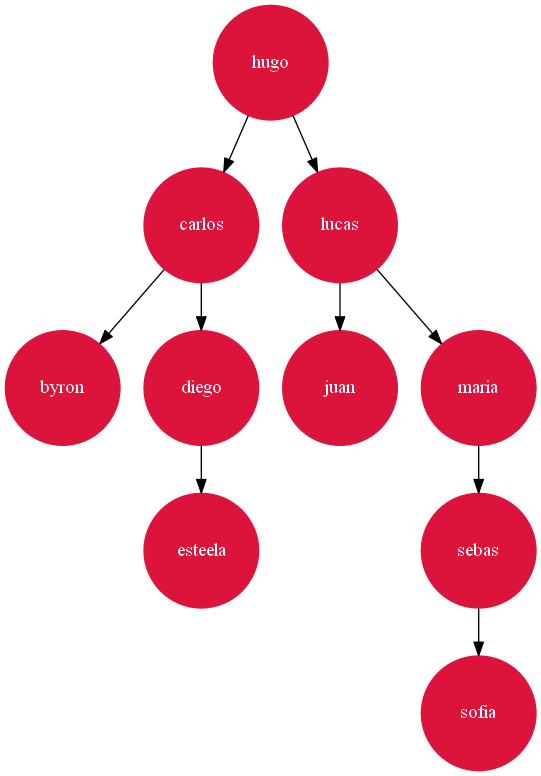
The Graphviz diagram AVL_Categorias.png in juanpaestrada20/EDD_PY2_201800709, before a commit. Its source is kept beside it as AVL_Categorias.dot.
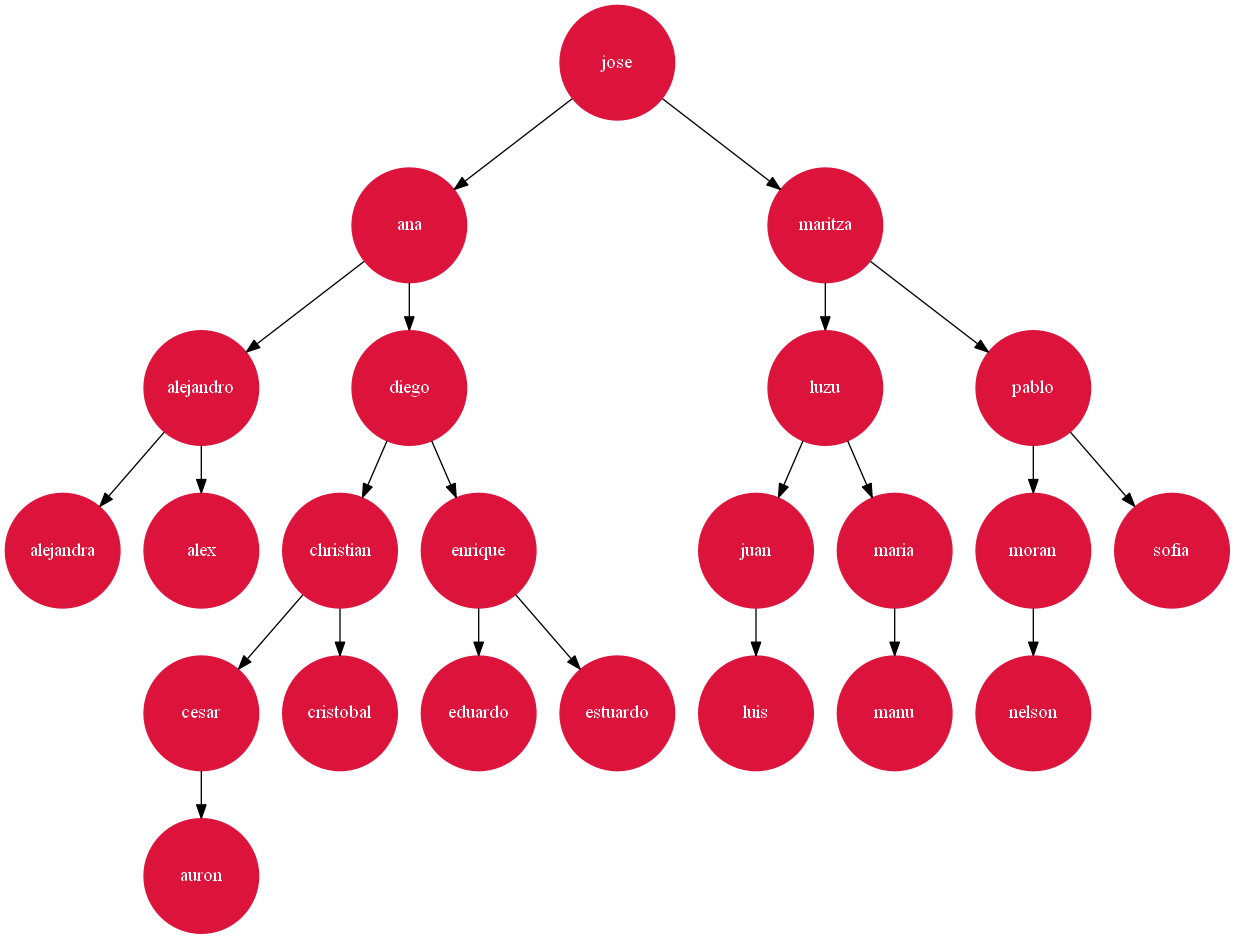
Later version of the same file.

Change to the diagram source:
```diff
@@ -1,14 +1,27 @@
 digraph G{
 rankdir=TB;
 node [margin=0 shape=circle height=1.2 color=crimson fontcolor=white style=filled ];
-hugo->carlos
-carlos->byron
-carlos->diego
-diego->esteela
-hugo->lucas
-lucas->juan
-lucas->maria
-maria->sebas
-sebas->sofia
+jose->ana
+ana->alejandro
+alejandro->alejandra
+alejandro->alex
+ana->diego
+diego->christian
+christian->cesar
+cesar->auron
+christian->cristobal
+diego->enrique
+enrique->eduardo
+enrique->estuardo
+jose->maritza
+maritza->luzu
+luzu->juan
+juan->luis
+luzu->maria
+maria->manu
+maritza->pablo
+pablo->moran
+moran->nelson
+pablo->sofia
 
 }
```
